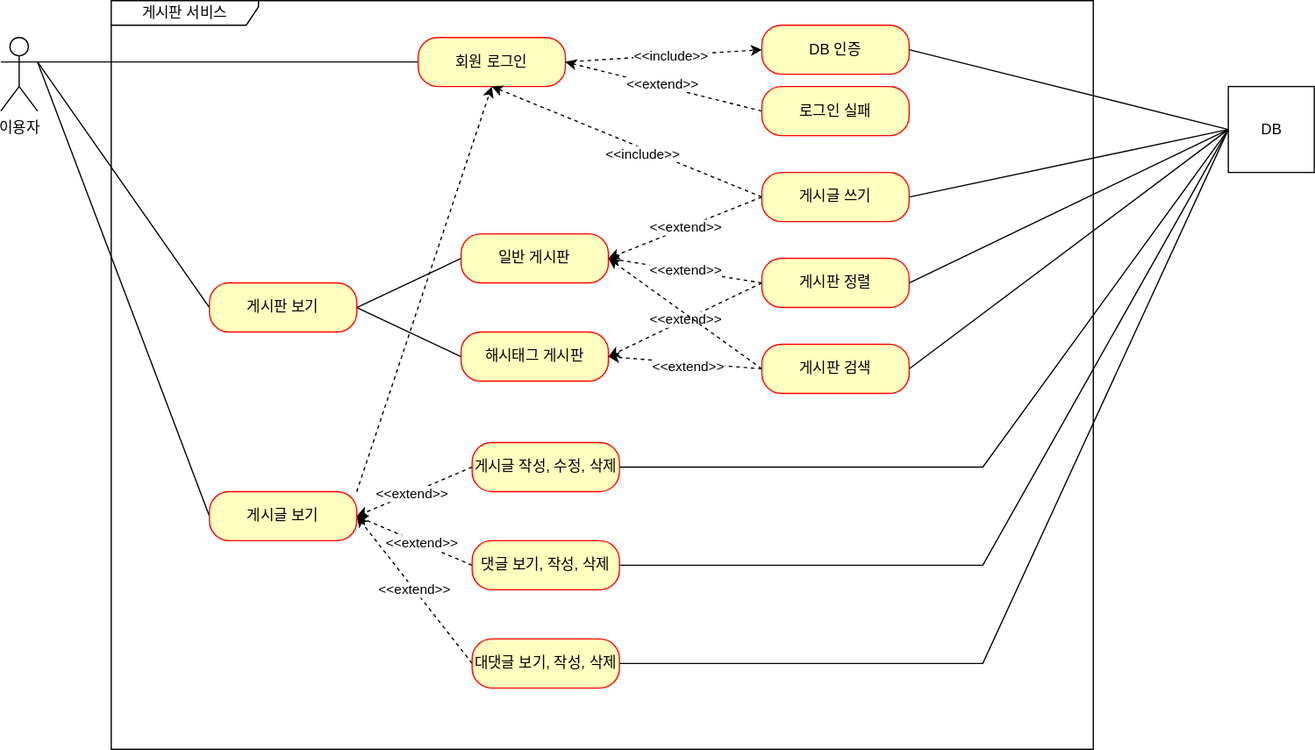
23Yong/Board keeps this draw.io diagram as document/use-case.svg. Above is the earlier version. Source tidied: cells renumbered, new cells last; positions are measured from the earlier drawing's top-left corner, leaving out a move shared by most shapes.
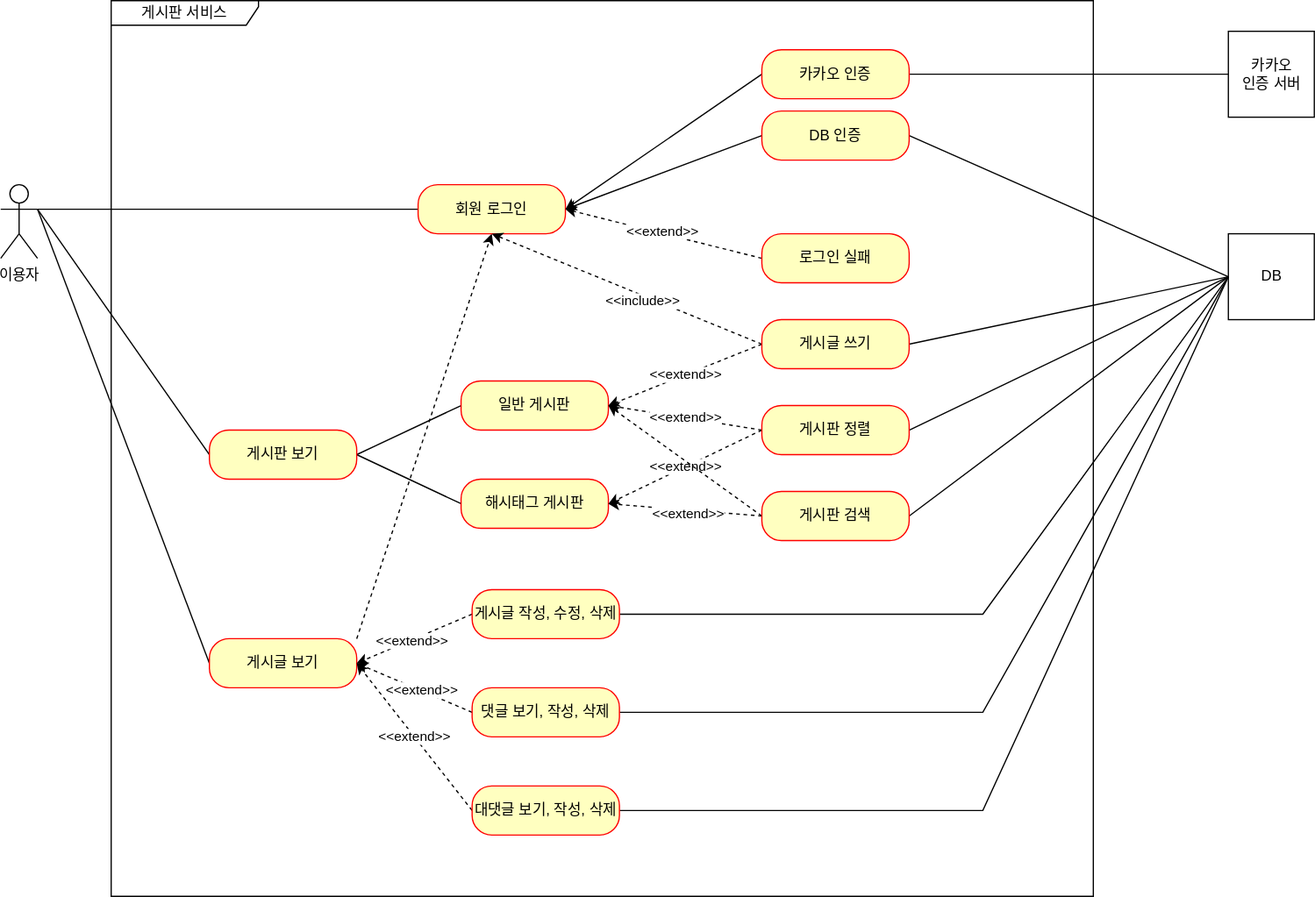
Later version of the same file.

Commit message:
#61 - 유즈케이스 업데이트(카카오 인증 유즈케이스 추가) : use-case.svg

What changed in the source:
```diff
@@ -3,7 +3,7 @@
     <mxCell id="0" />
     <mxCell id="1" parent="0" />
     <mxCell id="2" value="게시판 서비스" style="shape=umlFrame;whiteSpace=wrap;html=1;width=120;height=20;" parent="1" vertex="1">
-      <mxGeometry x="90" width="800" height="610" as="geometry" />
+      <mxGeometry x="90" y="-120" width="800" height="730" as="geometry" />
     </mxCell>
     <mxCell id="3" value="이용자" style="shape=umlActor;verticalLabelPosition=bottom;verticalAlign=top;html=1;" parent="1" vertex="1">
       <mxGeometry y="30" width="30" height="60" as="geometry" />
@@ -32,24 +32,17 @@
     <mxCell id="11" style="rounded=0;jettySize=auto;html=1;exitX=0;exitY=0.5;exitDx=0;exitDy=0;entryX=1;entryY=0.3333333333333333;entryDx=0;entryDy=0;entryPerimeter=0;endArrow=none;endFill=0;strokeColor=default;" parent="1" edge="1" source="14" target="3">
       <mxGeometry relative="1" as="geometry" />
     </mxCell>
-    <mxCell id="12" style="edgeStyle=none;rounded=0;jettySize=auto;html=1;exitX=1;exitY=0.5;exitDx=0;exitDy=0;entryX=0;entryY=0.5;entryDx=0;entryDy=0;endArrow=classic;endFill=1;strokeColor=default;dashed=1;" parent="1" edge="1" source="14" target="16">
-      <mxGeometry relative="1" as="geometry" />
-    </mxCell>
-    <mxCell id="13" value="&amp;lt;&amp;lt;include&amp;gt;&amp;gt;" style="edgeLabel;html=1;align=center;verticalAlign=middle;" parent="12" vertex="1">
-      <mxGeometry x="0.07" relative="1" as="geometry" />
-    </mxCell>
     <mxCell id="14" value="회원 로그인" style="rounded=1;whiteSpace=wrap;html=1;arcSize=40;fontColor=#000000;fillColor=#ffffc0;strokeColor=#ff0000;" parent="1" vertex="1">
       <mxGeometry x="340" y="30" width="120" height="40" as="geometry" />
     </mxCell>
     <mxCell id="15" style="edgeStyle=none;rounded=0;jettySize=auto;html=1;exitX=1;exitY=0.5;exitDx=0;exitDy=0;entryX=0;entryY=0.5;entryDx=0;entryDy=0;endArrow=none;endFill=0;strokeColor=default;" parent="1" edge="1" source="16" target="28">
-      <mxGeometry relative="1" as="geometry">
-        <Array as="points">
-          <mxPoint x="820" y="60" />
-        </Array>
-      </mxGeometry>
+      <mxGeometry relative="1" as="geometry" />
     </mxCell>
+    <mxCell id="48" style="edgeStyle=none;rounded=0;jettySize=auto;html=1;exitX=0;exitY=0.5;exitDx=0;exitDy=0;entryX=1;entryY=0.5;entryDx=0;entryDy=0;endArrow=classic;endFill=1;" parent="1" edge="1" source="16" target="14">
+      <mxGeometry relative="1" as="geometry" />
+    </mxCell>
     <mxCell id="16" value="DB 인증" style="rounded=1;whiteSpace=wrap;html=1;arcSize=40;fontColor=#000000;fillColor=#ffffc0;strokeColor=#ff0000;" parent="1" vertex="1">
-      <mxGeometry x="620" y="20" width="120" height="40" as="geometry" />
+      <mxGeometry x="620" y="-30" width="120" height="40" as="geometry" />
     </mxCell>
     <mxCell id="17" style="edgeStyle=none;rounded=0;jettySize=auto;html=1;exitX=0;exitY=0.5;exitDx=0;exitDy=0;entryX=1;entryY=0.5;entryDx=0;entryDy=0;endArrow=classic;endFill=1;strokeColor=default;dashed=1;" parent="1" edge="1" source="19" target="14">
       <mxGeometry relative="1" as="geometry" />
@@ -157,5 +150,17 @@
     <mxCell id="47" value="대댓글 보기, 작성,&amp;nbsp;삭제" style="rounded=1;whiteSpace=wrap;html=1;arcSize=40;fontColor=#000000;fillColor=#ffffc0;strokeColor=#ff0000;" parent="1" vertex="1">
       <mxGeometry x="384" y="520" width="120" height="40" as="geometry" />
     </mxCell>
+    <mxCell id="49" style="rounded=0;jettySize=auto;html=1;exitX=1;exitY=0.5;exitDx=0;exitDy=0;entryX=0;entryY=0.5;entryDx=0;entryDy=0;endArrow=none;endFill=0;" parent="1" edge="1" source="51" target="52">
+      <mxGeometry relative="1" as="geometry" />
+    </mxCell>
+    <mxCell id="50" style="edgeStyle=none;rounded=0;jettySize=auto;html=1;exitX=0;exitY=0.5;exitDx=0;exitDy=0;entryX=1;entryY=0.5;entryDx=0;entryDy=0;endArrow=classic;endFill=1;" parent="1" edge="1" source="51" target="14">
+      <mxGeometry x="-0.2" y="7" relative="1" as="geometry" />
+    </mxCell>
+    <mxCell id="51" value="카카오 인증" style="rounded=1;whiteSpace=wrap;html=1;arcSize=40;fontColor=#000000;fillColor=#ffffc0;strokeColor=#ff0000;" parent="1" vertex="1">
+      <mxGeometry x="620" y="-80" width="120" height="40" as="geometry" />
+    </mxCell>
+    <mxCell id="52" value="카카오&lt;br&gt;인증 서버" style="html=1;" parent="1" vertex="1">
+      <mxGeometry x="1000" y="-95" width="70" height="70" as="geometry" />
+    </mxCell>
   </root>
 </mxGraphModel>
```
